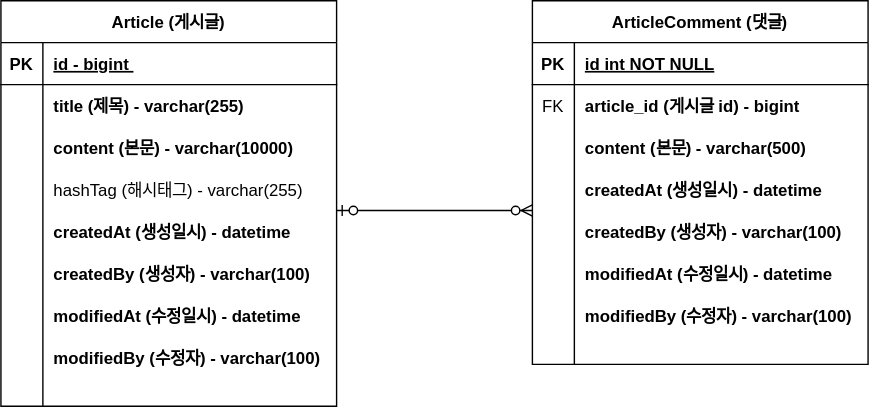
Before: document/project-board-erd.svg, a diagram exported from draw.io (Kim-Soon-Ki/fastcampus-project-board). Source tidied: cells renumbered, new cells last; positions are measured from the earlier drawing's top-left corner, leaving out a move shared by most shapes.
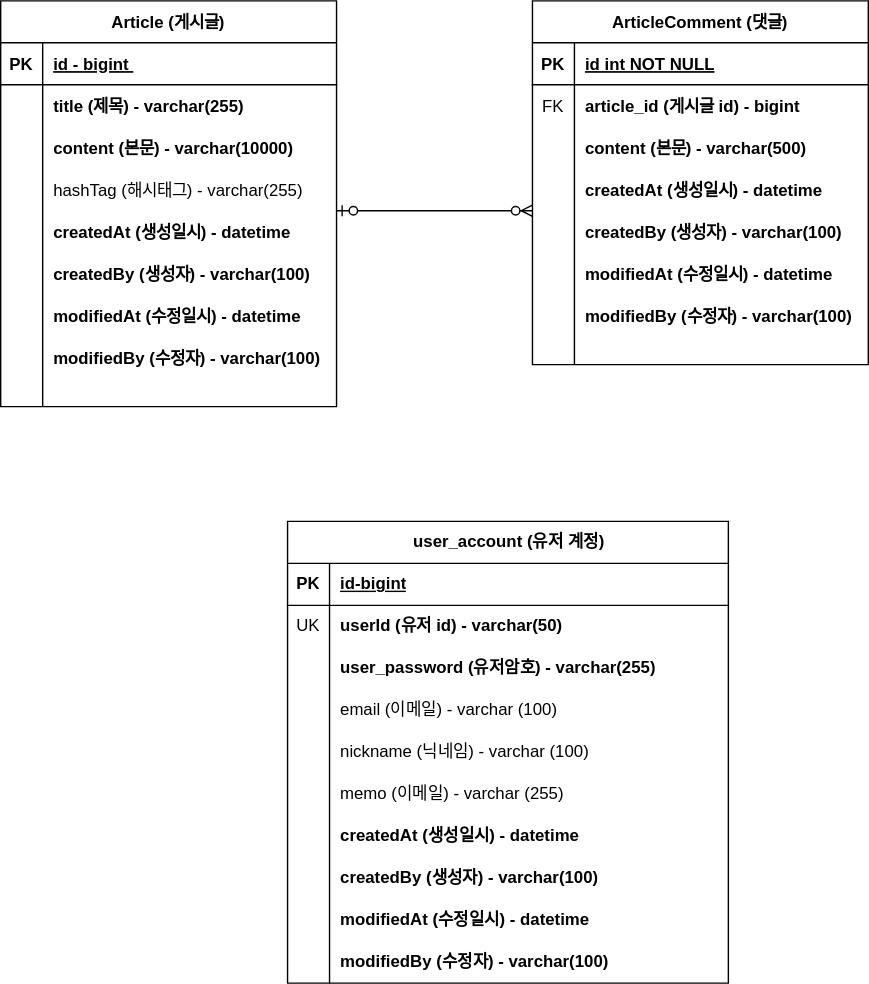
Later version of the same file.

Change to the diagram source:
```diff
@@ -2,6 +2,99 @@
   <root>
     <mxCell id="0" />
     <mxCell id="1" parent="0" />
+    <mxCell id="58" value="user_account (유저 계정)" style="shape=table;startSize=30;rowLines=0;fontStyle=1;align=center;html=1;" parent="1" vertex="1">
+      <mxGeometry x="205" y="372" width="315" height="330" as="geometry" />
+    </mxCell>
+    <mxCell id="59" style="shape=tableRow;horizontal=0;startSize=0;swimlaneHead=0;swimlaneBody=0;fillColor=none;top=0;left=0;right=0;bottom=1;" parent="58" vertex="1">
+      <mxGeometry y="30" width="315" height="30" as="geometry" />
+    </mxCell>
+    <mxCell id="60" value="PK" style="shape=partialRectangle;fillColor=none;top=0;left=0;bottom=0;right=0;fontStyle=1;overflow=hidden;whiteSpace=wrap;html=1;" parent="59" vertex="1">
+      <mxGeometry width="30" height="30" as="geometry" />
+    </mxCell>
+    <mxCell id="61" value="id-bigint" style="shape=partialRectangle;fillColor=none;top=0;left=0;bottom=0;right=0;align=left;spacingLeft=6;fontStyle=5;overflow=hidden;whiteSpace=wrap;html=1;" parent="59" vertex="1">
+      <mxGeometry x="30" width="285" height="30" as="geometry" />
+    </mxCell>
+    <mxCell id="62" style="shape=tableRow;horizontal=0;startSize=0;swimlaneHead=0;swimlaneBody=0;fillColor=none;top=0;left=0;right=0;bottom=0;fontStyle=1;" parent="58" vertex="1">
+      <mxGeometry y="60" width="315" height="30" as="geometry" />
+    </mxCell>
+    <mxCell id="63" value="UK" style="shape=partialRectangle;fillColor=none;top=0;left=0;bottom=0;right=0;overflow=hidden;whiteSpace=wrap;html=1;" parent="62" vertex="1">
+      <mxGeometry width="30" height="30" as="geometry" />
+    </mxCell>
+    <mxCell id="64" value="userId (유저 id) - varchar(50)" style="shape=partialRectangle;fillColor=none;top=0;left=0;bottom=0;right=0;align=left;spacingLeft=6;overflow=hidden;whiteSpace=wrap;html=1;fontStyle=1;" parent="62" vertex="1">
+      <mxGeometry x="30" width="285" height="30" as="geometry" />
+    </mxCell>
+    <mxCell id="65" style="shape=tableRow;horizontal=0;startSize=0;swimlaneHead=0;swimlaneBody=0;fillColor=none;top=0;left=0;right=0;bottom=0;" parent="58" vertex="1">
+      <mxGeometry y="90" width="315" height="30" as="geometry" />
+    </mxCell>
+    <mxCell id="66" style="shape=partialRectangle;fillColor=none;top=0;left=0;bottom=0;right=0;overflow=hidden;whiteSpace=wrap;html=1;" parent="65" vertex="1">
+      <mxGeometry width="30" height="30" as="geometry" />
+    </mxCell>
+    <mxCell id="67" value="user_password (유저암호) - varchar(255)" style="shape=partialRectangle;fillColor=none;top=0;left=0;bottom=0;right=0;align=left;spacingLeft=6;overflow=hidden;whiteSpace=wrap;html=1;fontStyle=1;" parent="65" vertex="1">
+      <mxGeometry x="30" width="285" height="30" as="geometry" />
+    </mxCell>
+    <mxCell id="68" style="shape=tableRow;horizontal=0;startSize=0;swimlaneHead=0;swimlaneBody=0;fillColor=none;top=0;left=0;right=0;bottom=0;" parent="58" vertex="1">
+      <mxGeometry y="120" width="315" height="30" as="geometry" />
+    </mxCell>
+    <mxCell id="69" style="shape=partialRectangle;fillColor=none;top=0;left=0;bottom=0;right=0;overflow=hidden;whiteSpace=wrap;html=1;" parent="68" vertex="1">
+      <mxGeometry width="30" height="30" as="geometry" />
+    </mxCell>
+    <mxCell id="70" value="email (이메일) - varchar (100)" style="shape=partialRectangle;fillColor=none;top=0;left=0;bottom=0;right=0;align=left;spacingLeft=6;overflow=hidden;whiteSpace=wrap;html=1;" parent="68" vertex="1">
+      <mxGeometry x="30" width="285" height="30" as="geometry" />
+    </mxCell>
+    <mxCell id="71" style="shape=tableRow;horizontal=0;startSize=0;swimlaneHead=0;swimlaneBody=0;fillColor=none;top=0;left=0;right=0;bottom=0;" parent="58" vertex="1">
+      <mxGeometry y="150" width="315" height="30" as="geometry" />
+    </mxCell>
+    <mxCell id="72" style="shape=partialRectangle;fillColor=none;top=0;left=0;bottom=0;right=0;overflow=hidden;whiteSpace=wrap;html=1;" parent="71" vertex="1">
+      <mxGeometry width="30" height="30" as="geometry" />
+    </mxCell>
+    <mxCell id="73" value="nickname (닉네임) - varchar (100)" style="shape=partialRectangle;fillColor=none;top=0;left=0;bottom=0;right=0;align=left;spacingLeft=6;overflow=hidden;whiteSpace=wrap;html=1;" parent="71" vertex="1">
+      <mxGeometry x="30" width="285" height="30" as="geometry" />
+    </mxCell>
+    <mxCell id="74" style="shape=tableRow;horizontal=0;startSize=0;swimlaneHead=0;swimlaneBody=0;fillColor=none;top=0;left=0;right=0;bottom=0;" parent="58" vertex="1">
+      <mxGeometry y="180" width="315" height="30" as="geometry" />
+    </mxCell>
+    <mxCell id="75" style="shape=partialRectangle;fillColor=none;top=0;left=0;bottom=0;right=0;overflow=hidden;whiteSpace=wrap;html=1;" parent="74" vertex="1">
+      <mxGeometry width="30" height="30" as="geometry" />
+    </mxCell>
+    <mxCell id="76" value="memo (이메일) - varchar (255)" style="shape=partialRectangle;fillColor=none;top=0;left=0;bottom=0;right=0;align=left;spacingLeft=6;overflow=hidden;whiteSpace=wrap;html=1;" parent="74" vertex="1">
+      <mxGeometry x="30" width="285" height="30" as="geometry" />
+    </mxCell>
+    <mxCell id="77" style="shape=tableRow;horizontal=0;startSize=0;swimlaneHead=0;swimlaneBody=0;fillColor=none;top=0;left=0;right=0;bottom=0;" parent="58" vertex="1">
+      <mxGeometry y="210" width="315" height="30" as="geometry" />
+    </mxCell>
+    <mxCell id="78" style="shape=partialRectangle;fillColor=none;top=0;left=0;bottom=0;right=0;overflow=hidden;whiteSpace=wrap;html=1;" parent="77" vertex="1">
+      <mxGeometry width="30" height="30" as="geometry" />
+    </mxCell>
+    <mxCell id="79" value="createdAt (생성일시) - datetime" style="shape=partialRectangle;fillColor=none;top=0;left=0;bottom=0;right=0;align=left;spacingLeft=6;overflow=hidden;whiteSpace=wrap;html=1;fontStyle=1;" parent="77" vertex="1">
+      <mxGeometry x="30" width="285" height="30" as="geometry" />
+    </mxCell>
+    <mxCell id="80" style="shape=tableRow;horizontal=0;startSize=0;swimlaneHead=0;swimlaneBody=0;fillColor=none;top=0;left=0;right=0;bottom=0;" parent="58" vertex="1">
+      <mxGeometry y="240" width="315" height="30" as="geometry" />
+    </mxCell>
+    <mxCell id="81" style="shape=partialRectangle;fillColor=none;top=0;left=0;bottom=0;right=0;overflow=hidden;whiteSpace=wrap;html=1;" parent="80" vertex="1">
+      <mxGeometry width="30" height="30" as="geometry" />
+    </mxCell>
+    <mxCell id="82" value="createdBy (생성자) - varchar(100)" style="shape=partialRectangle;fillColor=none;top=0;left=0;bottom=0;right=0;align=left;spacingLeft=6;overflow=hidden;whiteSpace=wrap;html=1;fontStyle=1;" parent="80" vertex="1">
+      <mxGeometry x="30" width="285" height="30" as="geometry" />
+    </mxCell>
+    <mxCell id="83" style="shape=tableRow;horizontal=0;startSize=0;swimlaneHead=0;swimlaneBody=0;fillColor=none;top=0;left=0;right=0;bottom=0;" parent="58" vertex="1">
+      <mxGeometry y="270" width="315" height="30" as="geometry" />
+    </mxCell>
+    <mxCell id="84" style="shape=partialRectangle;fillColor=none;top=0;left=0;bottom=0;right=0;overflow=hidden;whiteSpace=wrap;html=1;" parent="83" vertex="1">
+      <mxGeometry width="30" height="30" as="geometry" />
+    </mxCell>
+    <mxCell id="85" value="modifiedAt (수정일시) - datetime" style="shape=partialRectangle;fillColor=none;top=0;left=0;bottom=0;right=0;align=left;spacingLeft=6;overflow=hidden;whiteSpace=wrap;html=1;fontStyle=1;" parent="83" vertex="1">
+      <mxGeometry x="30" width="285" height="30" as="geometry" />
+    </mxCell>
+    <mxCell id="86" style="shape=tableRow;horizontal=0;startSize=0;swimlaneHead=0;swimlaneBody=0;fillColor=none;top=0;left=0;right=0;bottom=0;" parent="58" vertex="1">
+      <mxGeometry y="300" width="315" height="30" as="geometry" />
+    </mxCell>
+    <mxCell id="87" style="shape=partialRectangle;fillColor=none;top=0;left=0;bottom=0;right=0;overflow=hidden;whiteSpace=wrap;html=1;" parent="86" vertex="1">
+      <mxGeometry width="30" height="30" as="geometry" />
+    </mxCell>
+    <mxCell id="88" value="modifiedBy (수정자) - varchar(100)" style="shape=partialRectangle;fillColor=none;top=0;left=0;bottom=0;right=0;align=left;spacingLeft=6;overflow=hidden;whiteSpace=wrap;html=1;fontStyle=1;" parent="86" vertex="1">
+      <mxGeometry x="30" width="285" height="30" as="geometry" />
+    </mxCell>
     <mxCell id="2" value="Article (게시글)" style="shape=table;startSize=30;rowLines=0;fontStyle=1;align=center;" parent="1" vertex="1">
       <mxGeometry width="240" height="290" as="geometry" />
     </mxCell>
@@ -176,5 +269,11 @@
         <mxPoint x="380" y="150" as="targetPoint" />
       </mxGeometry>
     </mxCell>
+    <mxCell id="89" style="shape=tableRow;horizontal=0;startSize=0;swimlaneHead=0;swimlaneBody=0;fillColor=none;top=0;left=0;right=0;bottom=0;" parent="1" vertex="1">
+      <mxGeometry x="205" y="517" width="315" height="30" as="geometry" />
+    </mxCell>
+    <mxCell id="90" style="shape=partialRectangle;fillColor=none;top=0;left=0;bottom=0;right=0;overflow=hidden;whiteSpace=wrap;html=1;" parent="89" vertex="1">
+      <mxGeometry width="30" height="30" as="geometry" />
+    </mxCell>
   </root>
 </mxGraphModel>
```
